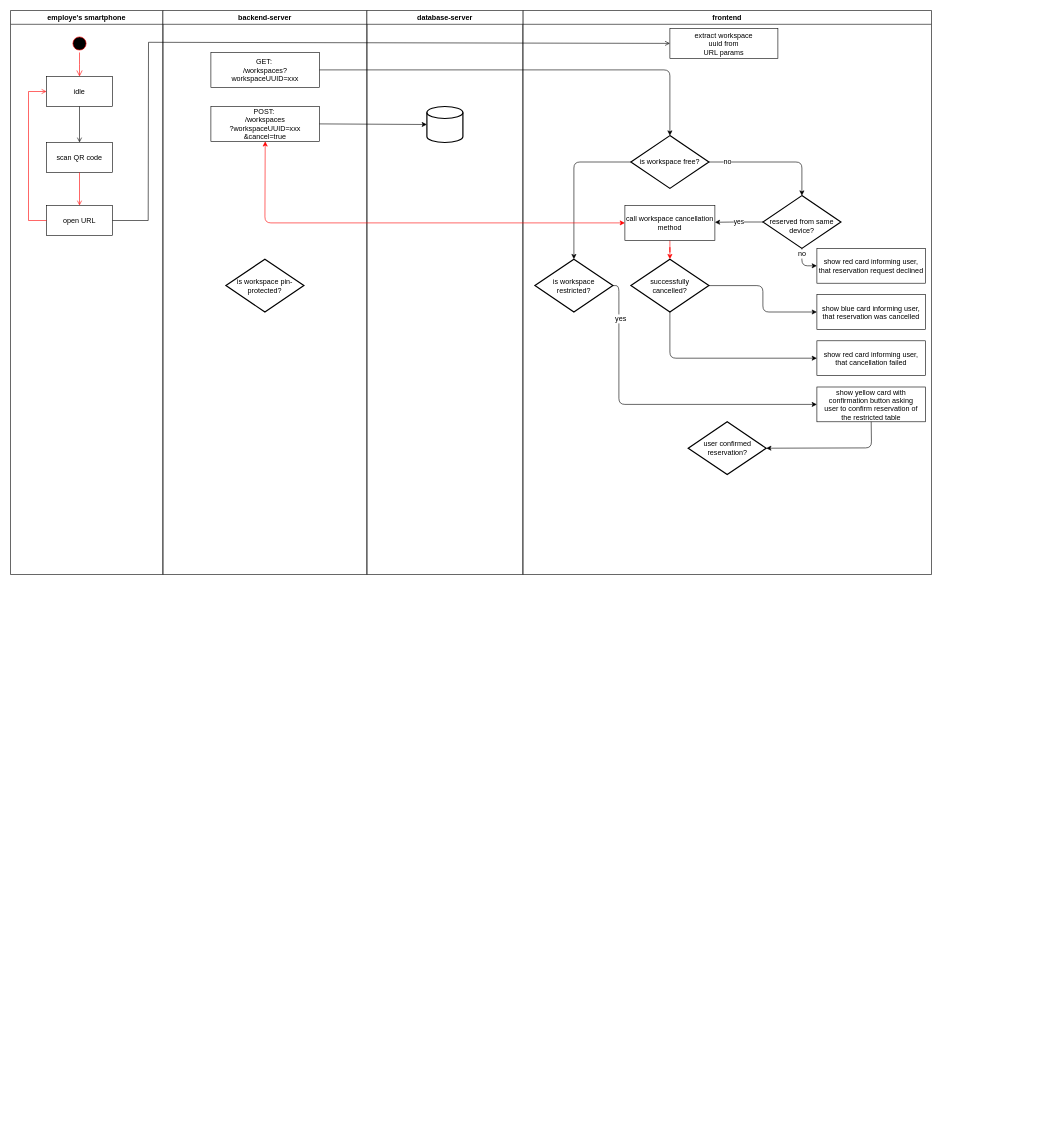
Hunkizzz/project-zebra-diagrams keeps this draw.io diagram as general-diagram.drawio. Above is the earlier version. Source tidied: cells renumbered, new cells numbered last; positions are measured from the earlier drawing's top-left corner, leaving out a move shared by most shapes. Both pictures are drawn from the tidied source at 60%, with x=0, y=0 at pixel (10, 10).
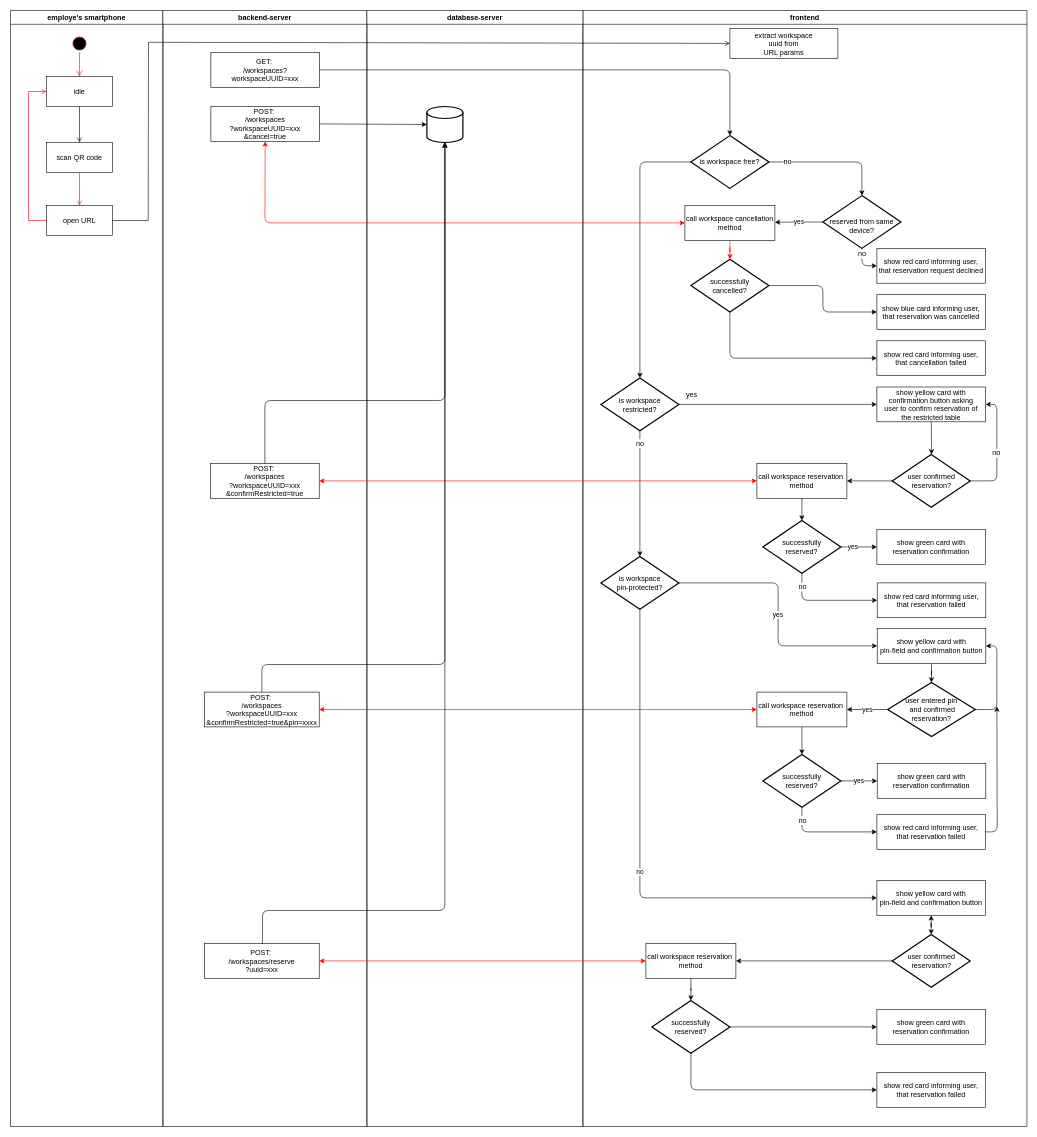
The same page after the edit.

Unchanged cells that the change refers to:
```xml
<mxCell id="30" value="show yellow card with &#10;confirmation button asking &#10;user to confirm reservation of &#10;the restricted table" parent="11" vertex="1">
  <mxGeometry x="490" y="627.5" width="181" height="58" as="geometry" />
</mxCell>
<mxCell id="40" style="strokeWidth=2;html=1;shape=mxgraph.flowchart.database;whiteSpace=wrap;" parent="39" vertex="1">
  <mxGeometry x="100" y="160" width="60" height="60" as="geometry" />
</mxCell>
```

What changed in the source:
```diff
@@
     <mxCell id="2" value="employe's smartphone" style="swimlane;whiteSpace=wrap;" parent="1" vertex="1">
-      <mxGeometry width="254" height="940" as="geometry" />
+      <mxGeometry width="254" height="1860" as="geometry" />
     </mxCell>
@@
     <mxCell id="11" value="frontend" style="swimlane;whiteSpace=wrap;" parent="1" vertex="1">
-      <mxGeometry x="854" width="681" height="940" as="geometry" />
+      <mxGeometry x="954" width="740" height="1860" as="geometry" />
     </mxCell>
@@
     <mxCell id="28" value="is workspace &lt;br&gt;restricted?" style="strokeWidth=2;html=1;shape=mxgraph.flowchart.decision;whiteSpace=wrap;" parent="11" vertex="1">
-      <mxGeometry x="20" y="414.5" width="130" height="88" as="geometry" />
+      <mxGeometry x="30" y="612.5" width="130" height="88" as="geometry" />
     </mxCell>
@@
     <mxCell id="31" style="endArrow=classic;html=1;strokeColor=#000000;exitX=1;exitY=0.5;exitDx=0;exitDy=0;exitPerimeter=0;entryX=0;entryY=0.5;entryDx=0;entryDy=0;edgeStyle=orthogonalEdgeStyle;" parent="11" edge="1" source="28" target="30">
-      <mxGeometry relative="1" as="geometry">
-        <Array as="points">
-          <mxPoint x="160" y="458" />
-          <mxPoint x="160" y="656" />
-        </Array>
-      </mxGeometry>
+      <mxGeometry relative="1" as="geometry" />
     </mxCell>
     <mxCell id="32" value="yes" style="text;html=1;align=center;verticalAlign=middle;labelBackgroundColor=#ffffff;" parent="31" vertex="1">
-      <mxGeometry x="-0.76" y="2" relative="1" as="geometry" />
+      <mxGeometry x="-0.76" y="2" relative="1" as="geometry">
+        <mxPoint x="-20" y="-14.5" as="offset" />
+      </mxGeometry>
     </mxCell>
-    <mxCell id="33" style="endArrow=classic;html=1;strokeColor=#000000;exitX=0.5;exitY=1;exitDx=0;exitDy=0;entryX=1;entryY=0.5;entryDx=0;entryDy=0;entryPerimeter=0;" parent="11" edge="1" source="30" target="34">
+    <mxCell id="33" style="endArrow=classic;html=1;strokeColor=#000000;" parent="11" edge="1" source="30" target="34">
       <mxGeometry relative="1" as="geometry">
         <Array as="points">
-          <mxPoint x="581" y="729" />
+          <mxPoint x="581" y="730" />
         </Array>
       </mxGeometry>
     </mxCell>
     <mxCell id="34" value="user confirmed reservation?" style="strokeWidth=2;html=1;shape=mxgraph.flowchart.decision;whiteSpace=wrap;" parent="11" vertex="1">
-      <mxGeometry x="275.5" y="685.5" width="130" height="88" as="geometry" />
+      <mxGeometry x="515.5" y="740" width="130" height="88" as="geometry" />
     </mxCell>
+    <mxCell id="45" value="&lt;font style=&quot;font-size: 12px&quot;&gt;no&lt;/font&gt;" style="endArrow=classic;html=1;strokeColor=#000000;exitX=0.5;exitY=1;exitDx=0;exitDy=0;exitPerimeter=0;" parent="11" edge="1" source="28" target="38">
+      <mxGeometry x="-0.8" relative="1" as="geometry" />
+    </mxCell>
+    <mxCell id="46" style="endArrow=classic;html=1;strokeColor=#000000;exitX=0;exitY=0.5;exitDx=0;exitDy=0;exitPerimeter=0;" parent="11" edge="1" source="34">
+      <mxGeometry relative="1" as="geometry">
+        <mxPoint x="440" y="784" as="targetPoint" />
+      </mxGeometry>
+    </mxCell>
+    <mxCell id="47" style="endArrow=classic;html=1;strokeColor=#000000;exitX=1;exitY=0.5;exitDx=0;exitDy=0;exitPerimeter=0;entryX=1;entryY=0.5;entryDx=0;entryDy=0;edgeStyle=orthogonalEdgeStyle;" parent="11" edge="1" source="34" target="30">
+      <mxGeometry relative="1" as="geometry">
+        <Array as="points">
+          <mxPoint x="690" y="784" />
+          <mxPoint x="690" y="656" />
+        </Array>
+      </mxGeometry>
+    </mxCell>
+    <mxCell id="48" value="no" style="text;html=1;align=center;verticalAlign=middle;labelBackgroundColor=#ffffff;" parent="47" vertex="1">
+      <mxGeometry x="-0.05" y="2" relative="1" as="geometry" />
+    </mxCell>
+    <mxCell id="49" value="call workspace reservation &#10;method" parent="11" vertex="1">
+      <mxGeometry x="290" y="755" width="150" height="58" as="geometry" />
+    </mxCell>
+    <mxCell id="38" value="is workspace &lt;br&gt;pin-protected?" style="strokeWidth=2;html=1;shape=mxgraph.flowchart.decision;whiteSpace=wrap;" parent="11" vertex="1">
+      <mxGeometry x="30" y="910" width="130" height="88" as="geometry" />
+    </mxCell>
+    <mxCell id="50" value="successfully &lt;br&gt;reserved?" style="strokeWidth=2;html=1;shape=mxgraph.flowchart.decision;whiteSpace=wrap;" parent="11" vertex="1">
+      <mxGeometry x="300" y="850" width="130" height="88" as="geometry" />
+    </mxCell>
+    <mxCell id="51" style="endArrow=classic;html=1;strokeColor=#000000;exitX=0.5;exitY=1;exitDx=0;exitDy=0;" parent="11" edge="1" source="49" target="50">
+      <mxGeometry relative="1" as="geometry" />
+    </mxCell>
+    <mxCell id="52" value="yes" style="endArrow=classic;html=1;strokeColor=#000000;exitX=1;exitY=0.5;exitDx=0;exitDy=0;exitPerimeter=0;entryX=0;entryY=0.5;entryDx=0;entryDy=0;" parent="11" edge="1" source="50" target="55">
+      <mxGeometry x="-0.32" relative="1" as="geometry">
+        <Array as="points">
+          <mxPoint x="450.5" y="894" />
+        </Array>
+      </mxGeometry>
+    </mxCell>
+    <mxCell id="53" style="endArrow=classic;html=1;strokeColor=#000000;exitX=0.5;exitY=1;exitDx=0;exitDy=0;exitPerimeter=0;entryX=0;entryY=0.5;entryDx=0;entryDy=0;edgeStyle=orthogonalEdgeStyle;" parent="11" edge="1" source="50" target="56">
+      <mxGeometry relative="1" as="geometry" />
+    </mxCell>
+    <mxCell id="54" value="no" style="text;html=1;align=center;verticalAlign=middle;labelBackgroundColor=#ffffff;" parent="53" vertex="1">
+      <mxGeometry x="-0.56" y="-1" relative="1" as="geometry">
+        <mxPoint x="1" y="-15.5" as="offset" />
+      </mxGeometry>
+    </mxCell>
+    <mxCell id="55" value="show green card with &#10;reservation confirmation" parent="11" vertex="1">
+      <mxGeometry x="490" y="865" width="181" height="58" as="geometry" />
+    </mxCell>
+    <mxCell id="56" value="show red card informing user,&#10; that reservation failed " parent="11" vertex="1">
+      <mxGeometry x="490.5" y="954" width="181" height="58" as="geometry" />
+    </mxCell>
+    <mxCell id="57" value="yes" style="endArrow=classic;html=1;strokeColor=#000000;exitX=1;exitY=0.5;exitDx=0;exitDy=0;exitPerimeter=0;entryX=0;entryY=0.5;entryDx=0;entryDy=0;edgeStyle=orthogonalEdgeStyle;" parent="11" edge="1" source="38" target="60">
+      <mxGeometry relative="1" as="geometry" />
+    </mxCell>
+    <mxCell id="58" value="no" style="endArrow=classic;html=1;strokeColor=#000000;exitX=0.5;exitY=1;exitDx=0;exitDy=0;exitPerimeter=0;entryX=0;entryY=0.5;entryDx=0;entryDy=0;edgeStyle=orthogonalEdgeStyle;" parent="11" edge="1" source="38" target="77">
+      <mxGeometry relative="1" as="geometry" />
+    </mxCell>
+    <mxCell id="59" style="edgeStyle=orthogonalEdgeStyle;rounded=0;jettySize=auto;html=1;strokeColor=#000000;" parent="11" edge="1" source="60" target="62">
+      <mxGeometry relative="1" as="geometry" />
+    </mxCell>
+    <mxCell id="60" value="show yellow card with &#10;pin-field and confirmation button" parent="11" vertex="1">
+      <mxGeometry x="490.5" y="1030" width="181" height="58" as="geometry" />
+    </mxCell>
+    <mxCell id="61" value="yes" style="edgeStyle=orthogonalEdgeStyle;rounded=0;jettySize=auto;html=1;strokeColor=#000000;" parent="11" edge="1" source="62" target="64">
+      <mxGeometry relative="1" as="geometry" />
+    </mxCell>
+    <mxCell id="62" value="user entered pin&lt;br&gt;&amp;nbsp;and confirmed reservation?" style="strokeWidth=2;html=1;shape=mxgraph.flowchart.decision;whiteSpace=wrap;" parent="11" vertex="1">
+      <mxGeometry x="508" y="1120" width="146" height="90" as="geometry" />
+    </mxCell>
+    <mxCell id="63" style="edgeStyle=orthogonalEdgeStyle;rounded=0;jettySize=auto;html=1;strokeColor=#000000;" parent="11" edge="1" source="64" target="67">
+      <mxGeometry relative="1" as="geometry" />
+    </mxCell>
+    <mxCell id="64" value="call workspace reservation &#10;method" parent="11" vertex="1">
+      <mxGeometry x="290" y="1136" width="150" height="58" as="geometry" />
+    </mxCell>
+    <mxCell id="65" style="endArrow=classic;html=1;strokeColor=#000000;exitX=1;exitY=0.5;exitDx=0;exitDy=0;exitPerimeter=0;entryX=1;entryY=0.5;entryDx=0;entryDy=0;edgeStyle=orthogonalEdgeStyle;" parent="11" edge="1" source="62" target="60">
+      <mxGeometry relative="1" as="geometry">
+        <Array as="points">
+          <mxPoint x="690" y="1165" />
+          <mxPoint x="690" y="1059" />
+        </Array>
+      </mxGeometry>
+    </mxCell>
+    <mxCell id="66" value="yes" style="edgeStyle=orthogonalEdgeStyle;rounded=0;jettySize=auto;html=1;strokeColor=#000000;" parent="11" edge="1" source="67" target="68">
+      <mxGeometry relative="1" as="geometry" />
+    </mxCell>
+    <mxCell id="67" value="successfully &lt;br&gt;reserved?" style="strokeWidth=2;html=1;shape=mxgraph.flowchart.decision;whiteSpace=wrap;" parent="11" vertex="1">
+      <mxGeometry x="300" y="1240" width="130" height="88" as="geometry" />
+    </mxCell>
+    <mxCell id="68" value="show green card with &#10;reservation confirmation" parent="11" vertex="1">
+      <mxGeometry x="490.5" y="1255" width="181" height="58" as="geometry" />
+    </mxCell>
+    <mxCell id="69" value="show red card informing user,&#10; that reservation failed " parent="11" vertex="1">
+      <mxGeometry x="490" y="1340" width="181" height="58" as="geometry" />
+    </mxCell>
+    <mxCell id="70" style="endArrow=classic;html=1;strokeColor=#000000;exitX=0.5;exitY=1;exitDx=0;exitDy=0;exitPerimeter=0;entryX=0;entryY=0.5;entryDx=0;entryDy=0;edgeStyle=orthogonalEdgeStyle;" parent="11" edge="1" source="67" target="69">
+      <mxGeometry relative="1" as="geometry" />
+    </mxCell>
+    <mxCell id="71" value="no" style="text;html=1;align=center;verticalAlign=middle;labelBackgroundColor=#ffffff;" parent="70" vertex="1">
+      <mxGeometry x="-0.56" y="-1" relative="1" as="geometry">
+        <mxPoint x="1" y="-15.5" as="offset" />
+      </mxGeometry>
+    </mxCell>
+    <mxCell id="72" style="endArrow=classic;html=1;strokeColor=#000000;exitX=1;exitY=0.5;exitDx=0;exitDy=0;edgeStyle=orthogonalEdgeStyle;" parent="11" edge="1" source="69">
+      <mxGeometry relative="1" as="geometry">
+        <mxPoint x="690" y="1160" as="targetPoint" />
+      </mxGeometry>
+    </mxCell>
+    <mxCell id="73" value="successfully &lt;br&gt;reserved?" style="strokeWidth=2;html=1;shape=mxgraph.flowchart.decision;whiteSpace=wrap;" parent="11" vertex="1">
+      <mxGeometry x="115" y="1650" width="130" height="88" as="geometry" />
+    </mxCell>
+    <mxCell id="74" value="show green card with &#10;reservation confirmation" parent="11" vertex="1">
+      <mxGeometry x="490" y="1665" width="181" height="58" as="geometry" />
+    </mxCell>
+    <mxCell id="75" value="show red card informing user,&#10; that reservation failed " parent="11" vertex="1">
+      <mxGeometry x="490" y="1770" width="181" height="58" as="geometry" />
+    </mxCell>
+    <mxCell id="76" style="edgeStyle=orthogonalEdgeStyle;rounded=0;jettySize=auto;html=1;startArrow=classic;startFill=1;endArrow=classic;endFill=1;strokeColor=#000000;" parent="11" edge="1" source="77" target="79">
+      <mxGeometry relative="1" as="geometry" />
+    </mxCell>
+    <mxCell id="77" value="show yellow card with &#10;pin-field and confirmation button" parent="11" vertex="1">
+      <mxGeometry x="490" y="1450" width="181" height="58" as="geometry" />
+    </mxCell>
+    <mxCell id="78" style="edgeStyle=orthogonalEdgeStyle;rounded=0;jettySize=auto;html=1;startArrow=none;startFill=0;endArrow=classic;endFill=1;strokeColor=#000000;" parent="11" edge="1" source="79" target="81">
+      <mxGeometry relative="1" as="geometry" />
+    </mxCell>
+    <mxCell id="79" value="user confirmed reservation?" style="strokeWidth=2;html=1;shape=mxgraph.flowchart.decision;whiteSpace=wrap;" parent="11" vertex="1">
+      <mxGeometry x="515.5" y="1540" width="130" height="88" as="geometry" />
+    </mxCell>
+    <mxCell id="80" style="edgeStyle=orthogonalEdgeStyle;rounded=0;jettySize=auto;html=1;startArrow=none;startFill=0;endArrow=classic;endFill=1;strokeColor=#000000;" parent="11" edge="1" source="81" target="73">
+      <mxGeometry relative="1" as="geometry" />
+    </mxCell>
+    <mxCell id="81" value="call workspace reservation &#10;method" parent="11" vertex="1">
+      <mxGeometry x="105" y="1555" width="150" height="58" as="geometry" />
+    </mxCell>
+    <mxCell id="82" style="endArrow=classic;html=1;strokeColor=#000000;exitX=1;exitY=0.5;exitDx=0;exitDy=0;exitPerimeter=0;entryX=0;entryY=0.5;entryDx=0;entryDy=0;" parent="11" edge="1" source="73" target="74">
+      <mxGeometry relative="1" as="geometry" />
+    </mxCell>
+    <mxCell id="83" style="endArrow=classic;html=1;strokeColor=#000000;entryX=0;entryY=0.5;entryDx=0;entryDy=0;edgeStyle=orthogonalEdgeStyle;" parent="11" edge="1" source="73" target="75">
+      <mxGeometry relative="1" as="geometry">
+        <Array as="points">
+          <mxPoint x="180" y="1799" />
+        </Array>
+      </mxGeometry>
+    </mxCell>
     <mxCell id="35" value="backend-server" style="swimlane;whiteSpace=wrap;" parent="1" vertex="1">
-      <mxGeometry x="254" width="340" height="940" as="geometry" />
+      <mxGeometry x="254" width="340" height="1860" as="geometry" />
     </mxCell>
@@
-    <mxCell id="38" value="is workspace pin-protected?" style="strokeWidth=2;html=1;shape=mxgraph.flowchart.decision;whiteSpace=wrap;" parent="35" vertex="1">
-      <mxGeometry x="105" y="414.5" width="130" height="88" as="geometry" />
-    </mxCell>
+    <mxCell id="84" value="POST: &#10;/workspaces&#10;?workspaceUUID=xxx&#10;&amp;confirmRestricted=true" parent="35" vertex="1">
+      <mxGeometry x="79.5" y="755" width="181" height="58" as="geometry" />
+    </mxCell>
+    <mxCell id="85" value="POST: &#10;/workspaces&#10;?workspaceUUID=xxx&#10;&amp;confirmRestricted=true&amp;pin=xxxx" parent="35" vertex="1">
+      <mxGeometry x="69.5" y="1136" width="191" height="58" as="geometry" />
+    </mxCell>
+    <mxCell id="86" value="POST: &#10;/workspaces/reserve&#10;?uuid=xxx" parent="35" vertex="1">
+      <mxGeometry x="69.5" y="1555" width="191" height="58" as="geometry" />
+    </mxCell>
     <mxCell id="39" value="database-server" style="swimlane;whiteSpace=wrap;" parent="1" vertex="1">
-      <mxGeometry x="594" width="260" height="940" as="geometry" />
+      <mxGeometry x="594" width="360" height="1860" as="geometry" />
     </mxCell>
@@
+    <mxCell id="87" style="endArrow=classic;html=1;exitX=0.5;exitY=0;exitDx=0;exitDy=0;entryX=0.5;entryY=1;entryDx=0;entryDy=0;entryPerimeter=0;" parent="1" edge="1" source="84" target="40">
+      <mxGeometry relative="1" as="geometry">
+        <Array as="points">
+          <mxPoint x="424" y="650" />
+          <mxPoint x="724" y="650" />
+        </Array>
+      </mxGeometry>
+    </mxCell>
+    <mxCell id="88" style="endArrow=classic;startArrow=classic;html=1;exitX=1;exitY=0.5;exitDx=0;exitDy=0;strokeColor=#FF0000;entryX=0;entryY=0.5;entryDx=0;entryDy=0;" parent="1" edge="1" source="84" target="49">
+      <mxGeometry relative="1" as="geometry" />
+    </mxCell>
+    <mxCell id="89" style="endArrow=classic;startArrow=classic;html=1;exitX=1;exitY=0.5;exitDx=0;exitDy=0;strokeColor=#FF0000;entryX=0;entryY=0.5;entryDx=0;entryDy=0;" parent="1" edge="1" source="85" target="64">
+      <mxGeometry relative="1" as="geometry" />
+    </mxCell>
+    <mxCell id="90" style="endArrow=classic;html=1;strokeColor=#000000;exitX=0.5;exitY=0;exitDx=0;exitDy=0;edgeStyle=orthogonalEdgeStyle;" parent="1" edge="1" source="85" target="40">
+      <mxGeometry relative="1" as="geometry">
+        <Array as="points">
+          <mxPoint x="419" y="1090" />
+          <mxPoint x="724" y="1090" />
+        </Array>
+      </mxGeometry>
+    </mxCell>
+    <mxCell id="91" style="endArrow=classic;html=1;strokeColor=#FF0000;exitX=0;exitY=0.5;exitDx=0;exitDy=0;endFill=1;startArrow=classic;startFill=1;" parent="1" edge="1" source="81" target="86">
+      <mxGeometry relative="1" as="geometry" />
+    </mxCell>
+    <mxCell id="92" style="endArrow=classic;html=1;strokeColor=#000000;exitX=0.5;exitY=0;exitDx=0;exitDy=0;entryX=0.5;entryY=1;entryDx=0;entryDy=0;entryPerimeter=0;edgeStyle=orthogonalEdgeStyle;" parent="1" edge="1" source="86" target="40">
+      <mxGeometry relative="1" as="geometry">
+        <Array as="points">
+          <mxPoint x="420" y="1500" />
+          <mxPoint x="724" y="1500" />
+        </Array>
+      </mxGeometry>
+    </mxCell>
```
